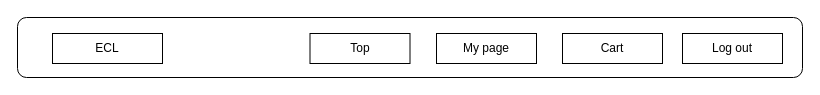
The draw.io diagram ワイヤーフレーム/user/user_header.drawio in ecl11/ECL, before the edit. Source tidied: cells renumbered, new cells numbered last; positions are measured from the earlier drawing's top-left corner, leaving out a move shared by most shapes. Both pictures are drawn from the tidied source at 100%, with x=0, y=0 at pixel (17, 17).
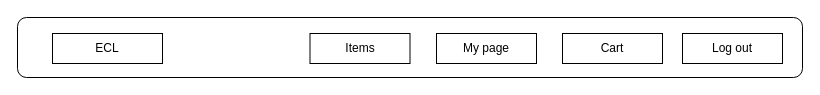
After the change.

Commit message:
top→商品一覧画面へ変更

The edit, as a diff of the source:
```diff
@@
 <mxGraphModel>
   <root>
     <mxCell id="0" />
     <mxCell id="1" parent="0" />
     <mxCell id="2" style="rounded=1;whiteSpace=wrap;html=1;" parent="1" vertex="1">
       <mxGeometry width="785" height="60" as="geometry" />
     </mxCell>
     <mxCell id="3" value="ECL" style="rounded=0;whiteSpace=wrap;html=1;" parent="1" vertex="1">
       <mxGeometry x="35" y="16" width="110" height="30" as="geometry" />
     </mxCell>
-    <mxCell id="4" value="Top" style="rounded=0;whiteSpace=wrap;html=1;" parent="1" vertex="1">
+    <mxCell id="4" value="Items&lt;br&gt;" style="rounded=0;whiteSpace=wrap;html=1;" parent="1" vertex="1">
       <mxGeometry x="292.5" y="16" width="100" height="30" as="geometry" />
     </mxCell>
     <mxCell id="5" value="Cart" style="rounded=0;whiteSpace=wrap;html=1;" parent="1" vertex="1">
       <mxGeometry x="545" y="16" width="100" height="30" as="geometry" />
     </mxCell>
     <mxCell id="6" value="Log out" style="rounded=0;whiteSpace=wrap;html=1;" parent="1" vertex="1">
       <mxGeometry x="665" y="16" width="100" height="30" as="geometry" />
     </mxCell>
     <mxCell id="7" value="My page" style="rounded=0;whiteSpace=wrap;html=1;" parent="1" vertex="1">
       <mxGeometry x="419" y="16" width="100" height="30" as="geometry" />
     </mxCell>
   </root>
 </mxGraphModel>
```
